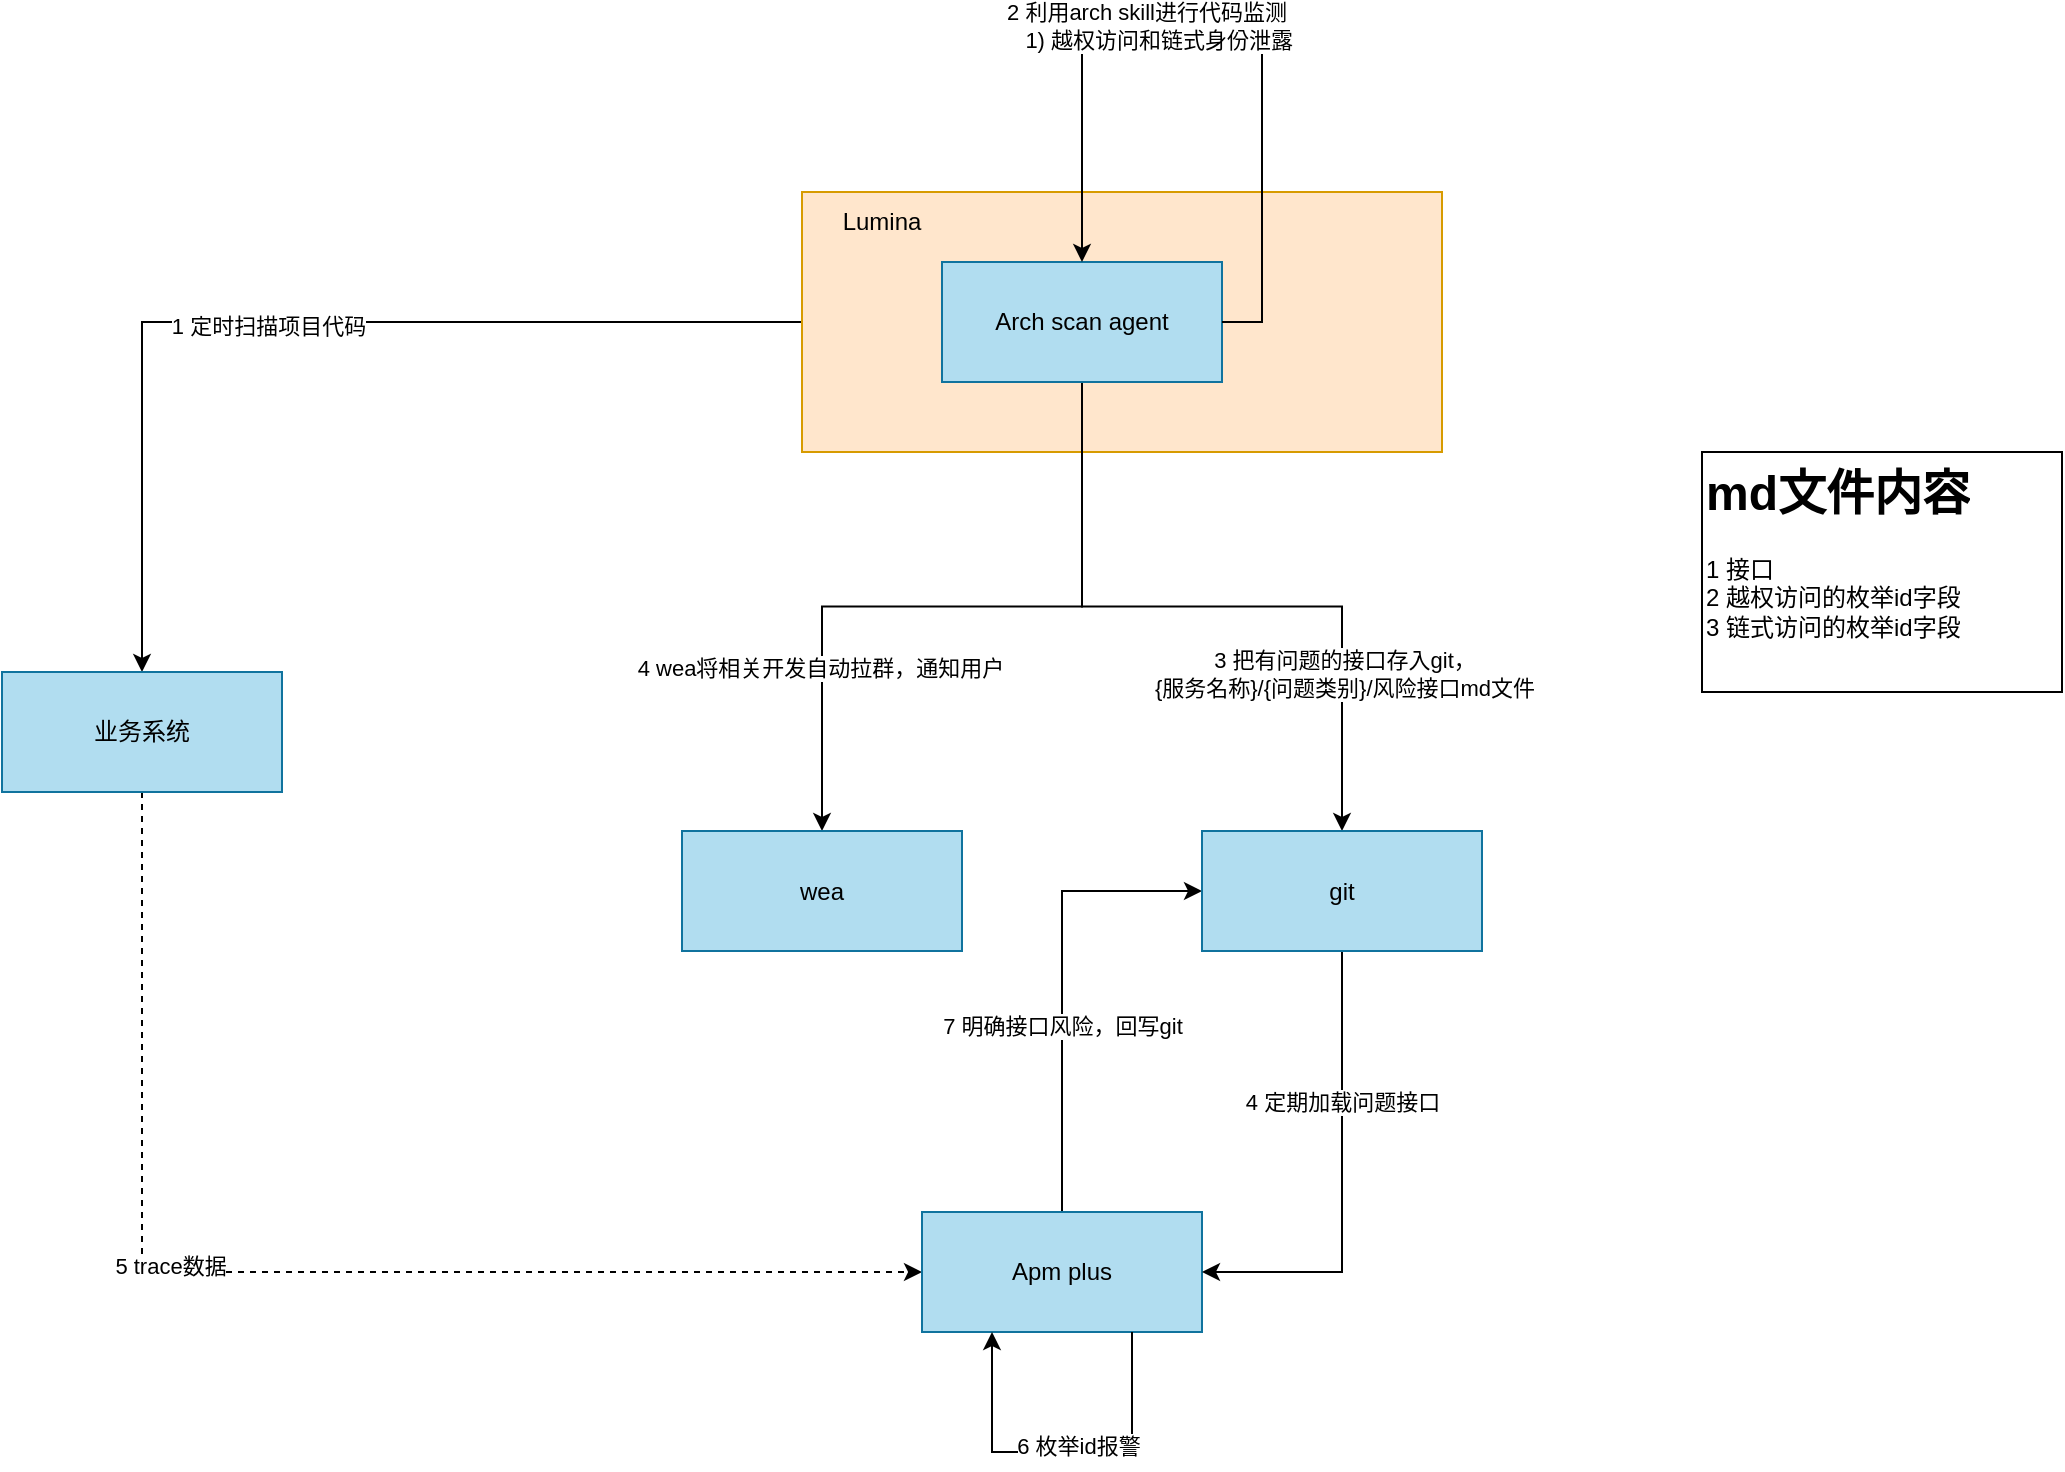
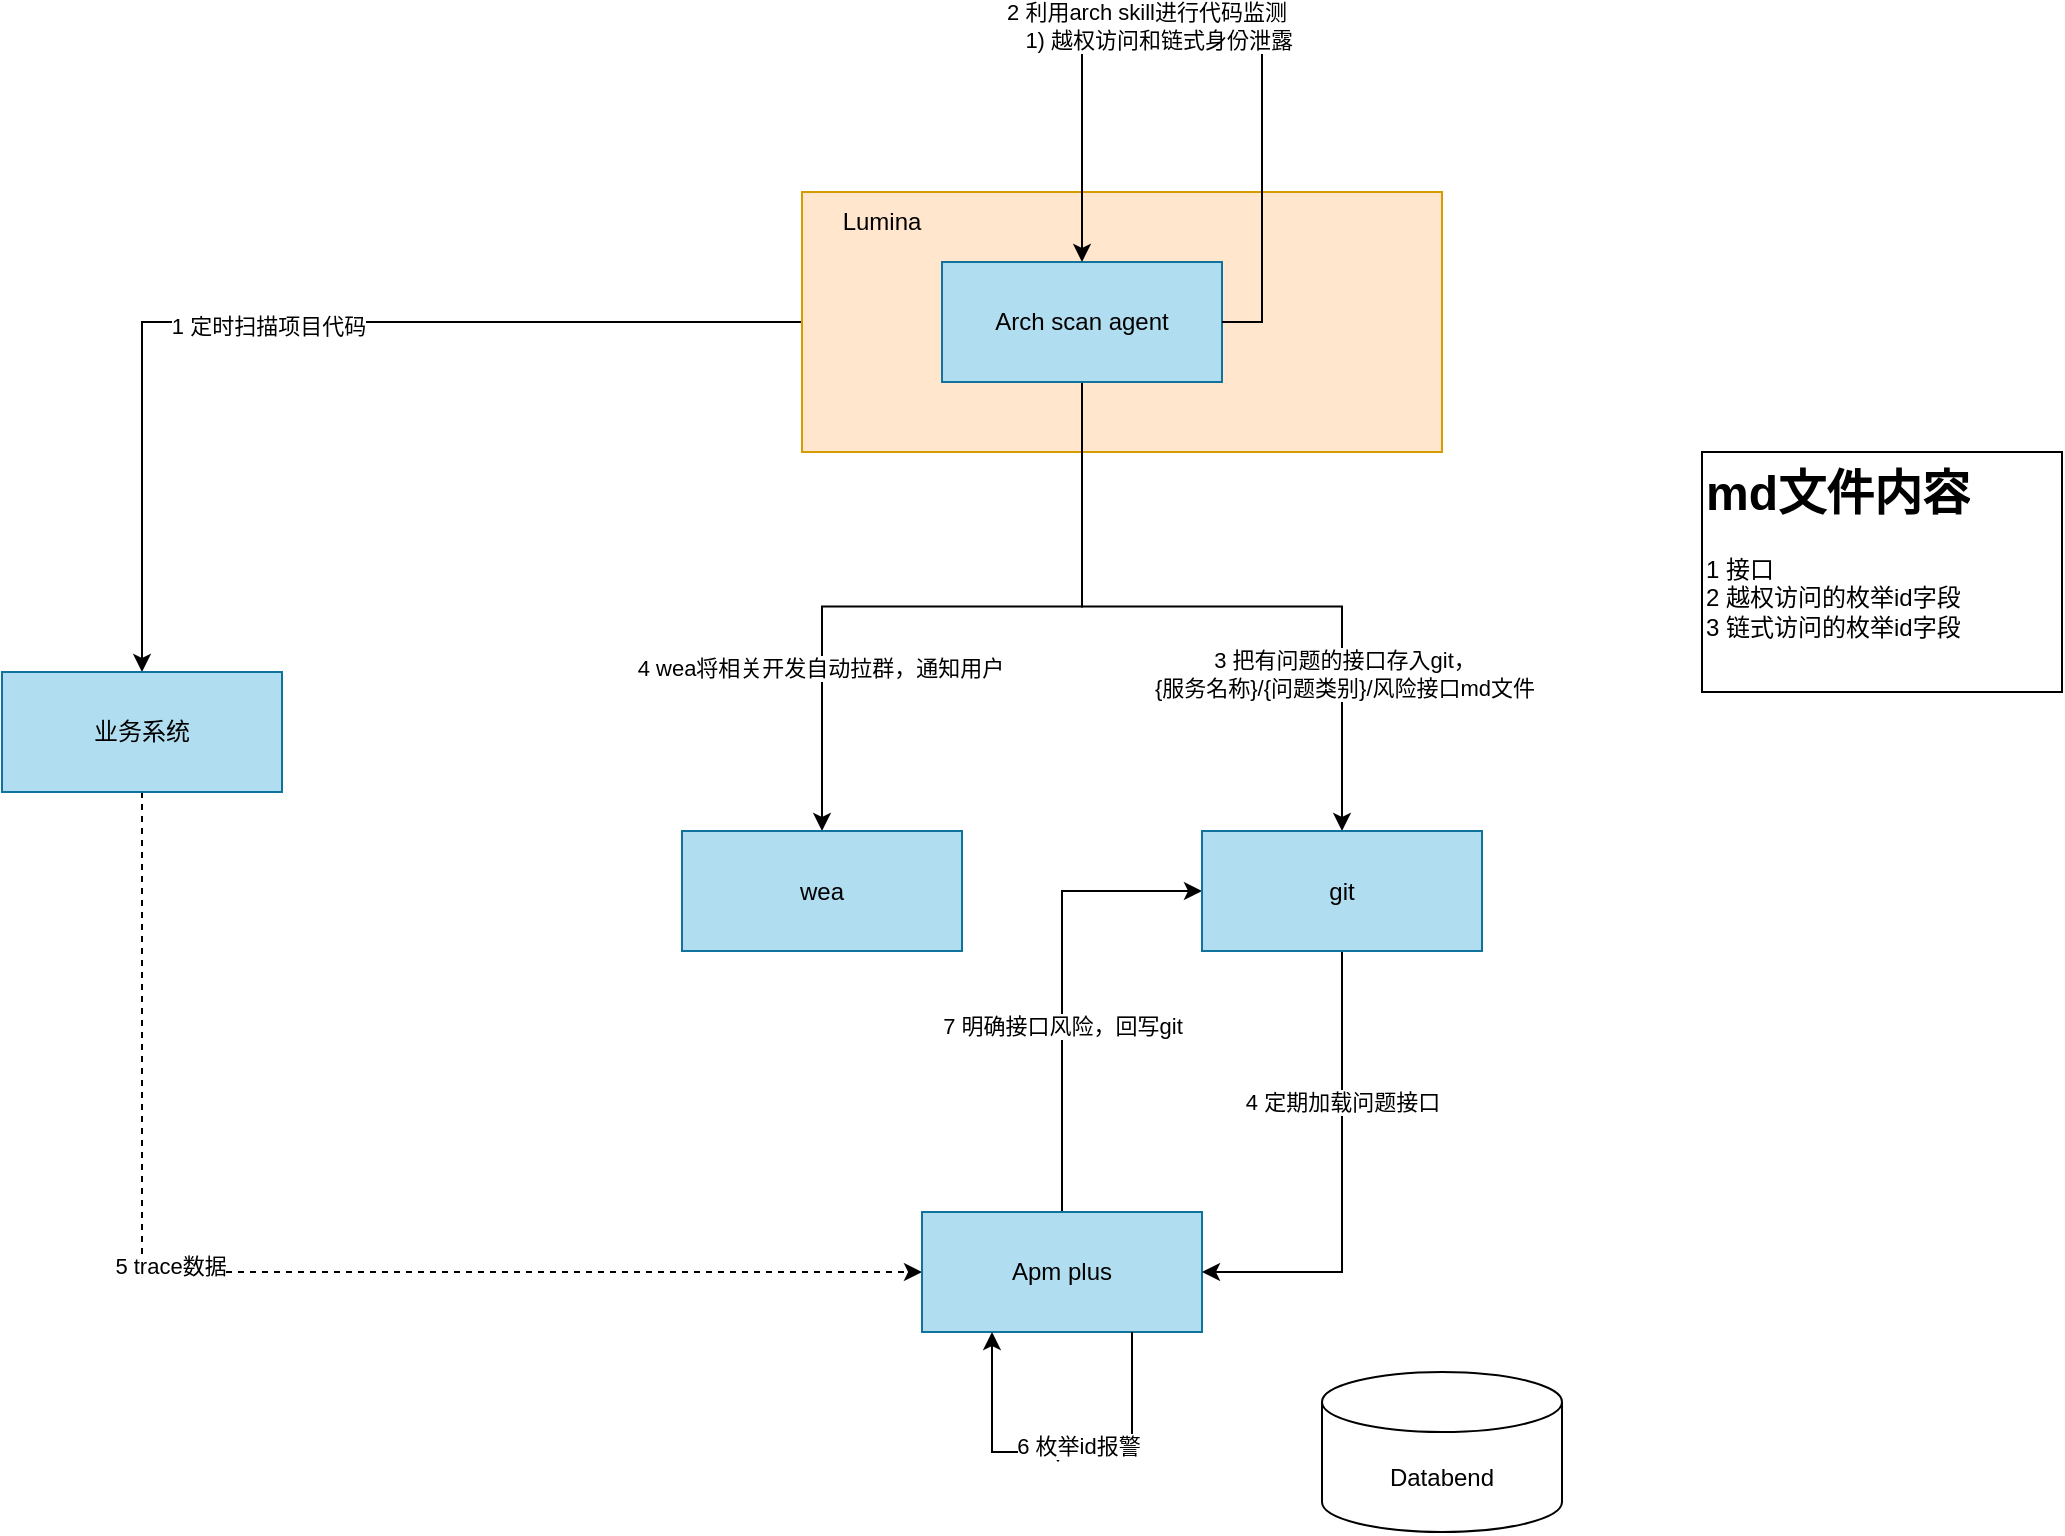
<mxfile host="app.diagrams.net">
  <diagram name="第 1 页" id="v4d0oD99BJNh_s1QToVL">
    <mxGraphModel dx="1222" dy="764" grid="1" gridSize="10" guides="1" tooltips="1" connect="1" arrows="1" fold="1" page="1" pageScale="1" pageWidth="3300" pageHeight="2339" math="0" shadow="0">
      <root>
        <mxCell id="0" />
        <mxCell id="1" parent="0" />
        <mxCell id="BZSGkBbcOcEUag34DBB_-2" edge="1" parent="1" source="SJECwPXb0EPlWWx2axZS-5" style="edgeStyle=orthogonalEdgeStyle;rounded=0;orthogonalLoop=1;jettySize=auto;html=1;exitX=0;exitY=0.5;exitDx=0;exitDy=0;" target="BZSGkBbcOcEUag34DBB_-1">
          <mxGeometry relative="1" as="geometry" />
        </mxCell>
        <mxCell id="BZSGkBbcOcEUag34DBB_-9" connectable="0" parent="BZSGkBbcOcEUag34DBB_-2" style="edgeLabel;html=1;align=center;verticalAlign=middle;resizable=0;points=[];" value="1 定时扫描项目代码" vertex="1">
          <mxGeometry relative="1" x="0.0582" y="2" as="geometry">
            <mxPoint as="offset" />
          </mxGeometry>
        </mxCell>
        <mxCell id="SJECwPXb0EPlWWx2axZS-5" parent="1" style="rounded=0;whiteSpace=wrap;html=1;fillColor=#ffe6cc;strokeColor=#d79b00;" value="" vertex="1">
          <mxGeometry height="130" width="320" x="530" y="160" as="geometry" />
        </mxCell>
        <mxCell id="BZSGkBbcOcEUag34DBB_-19" edge="1" parent="1" source="BZSGkBbcOcEUag34DBB_-1" style="edgeStyle=orthogonalEdgeStyle;rounded=0;orthogonalLoop=1;jettySize=auto;html=1;exitX=0.5;exitY=1;exitDx=0;exitDy=0;entryX=0;entryY=0.5;entryDx=0;entryDy=0;dashed=1;" target="BZSGkBbcOcEUag34DBB_-3">
          <mxGeometry relative="1" as="geometry" />
        </mxCell>
        <mxCell id="BZSGkBbcOcEUag34DBB_-20" connectable="0" parent="BZSGkBbcOcEUag34DBB_-19" style="edgeLabel;html=1;align=center;verticalAlign=middle;resizable=0;points=[];" value="5 trace数据" vertex="1">
          <mxGeometry relative="1" x="-0.1937" y="3" as="geometry">
            <mxPoint as="offset" />
          </mxGeometry>
        </mxCell>
        <mxCell id="BZSGkBbcOcEUag34DBB_-1" parent="1" style="rounded=0;whiteSpace=wrap;html=1;fillColor=#b1ddf0;strokeColor=#10739e;" value="业务系统" vertex="1">
          <mxGeometry height="60" width="140" x="130" y="400" as="geometry" />
        </mxCell>
        <mxCell id="BZSGkBbcOcEUag34DBB_-23" edge="1" parent="1" source="BZSGkBbcOcEUag34DBB_-3" style="edgeStyle=orthogonalEdgeStyle;rounded=0;orthogonalLoop=1;jettySize=auto;html=1;exitX=0.5;exitY=0;exitDx=0;exitDy=0;entryX=0;entryY=0.5;entryDx=0;entryDy=0;" target="BZSGkBbcOcEUag34DBB_-6">
          <mxGeometry relative="1" as="geometry" />
        </mxCell>
        <mxCell id="BZSGkBbcOcEUag34DBB_-24" connectable="0" parent="BZSGkBbcOcEUag34DBB_-23" style="edgeLabel;html=1;align=center;verticalAlign=middle;resizable=0;points=[];" value="7 明确接口风险，回写git" vertex="1">
          <mxGeometry relative="1" x="-0.1931" as="geometry">
            <mxPoint as="offset" />
          </mxGeometry>
        </mxCell>
        <mxCell id="BZSGkBbcOcEUag34DBB_-3" parent="1" style="rounded=0;whiteSpace=wrap;html=1;fillColor=#b1ddf0;strokeColor=#10739e;" value="Apm plus" vertex="1">
          <mxGeometry height="60" width="140" x="590" y="670" as="geometry" />
        </mxCell>
        <mxCell id="BZSGkBbcOcEUag34DBB_-7" edge="1" parent="1" source="SJECwPXb0EPlWWx2axZS-4" style="edgeStyle=orthogonalEdgeStyle;rounded=0;orthogonalLoop=1;jettySize=auto;html=1;exitX=0.5;exitY=1;exitDx=0;exitDy=0;" target="BZSGkBbcOcEUag34DBB_-6">
          <mxGeometry relative="1" as="geometry" />
        </mxCell>
        <mxCell id="BZSGkBbcOcEUag34DBB_-14" connectable="0" parent="BZSGkBbcOcEUag34DBB_-7" style="edgeLabel;html=1;align=center;verticalAlign=middle;resizable=0;points=[];" value="3 把有问题的接口存入git，&lt;div&gt;{服务名称}/&lt;span style=&quot;background-color: light-dark(#ffffff, var(--ge-dark-color, #121212)); color: light-dark(rgb(0, 0, 0), rgb(255, 255, 255));&quot;&gt;{问题类别}/风险接口md文件&lt;/span&gt;&lt;/div&gt;" vertex="1">
          <mxGeometry relative="1" x="0.0845" y="1" as="geometry">
            <mxPoint x="51" y="34" as="offset" />
          </mxGeometry>
        </mxCell>
        <mxCell id="BZSGkBbcOcEUag34DBB_-8" edge="1" parent="1" source="SJECwPXb0EPlWWx2axZS-4" style="edgeStyle=orthogonalEdgeStyle;rounded=0;orthogonalLoop=1;jettySize=auto;html=1;exitX=0.5;exitY=1;exitDx=0;exitDy=0;" target="BZSGkBbcOcEUag34DBB_-5">
          <mxGeometry relative="1" as="geometry" />
        </mxCell>
        <mxCell id="BZSGkBbcOcEUag34DBB_-15" connectable="0" parent="BZSGkBbcOcEUag34DBB_-8" style="edgeLabel;html=1;align=center;verticalAlign=middle;resizable=0;points=[];" value="4 wea将相关开发自动拉群，通知用户" vertex="1">
          <mxGeometry relative="1" x="0.538" y="-1" as="geometry">
            <mxPoint as="offset" />
          </mxGeometry>
        </mxCell>
        <mxCell id="SJECwPXb0EPlWWx2axZS-4" parent="1" style="rounded=0;whiteSpace=wrap;html=1;fillColor=#b1ddf0;strokeColor=#10739e;" value="Arch scan agent" vertex="1">
          <mxGeometry height="60" width="140" x="600" y="195" as="geometry" />
        </mxCell>
        <mxCell id="BZSGkBbcOcEUag34DBB_-4" parent="1" style="text;html=1;whiteSpace=wrap;strokeColor=none;fillColor=none;align=center;verticalAlign=middle;rounded=0;" value="Lumina" vertex="1">
          <mxGeometry height="30" width="60" x="540" y="160" as="geometry" />
        </mxCell>
        <mxCell id="BZSGkBbcOcEUag34DBB_-5" parent="1" style="rounded=0;whiteSpace=wrap;html=1;fillColor=#b1ddf0;strokeColor=#10739e;" value="wea" vertex="1">
          <mxGeometry height="60" width="140" x="470" y="479.5" as="geometry" />
        </mxCell>
        <mxCell id="BZSGkBbcOcEUag34DBB_-17" edge="1" parent="1" source="BZSGkBbcOcEUag34DBB_-6" style="edgeStyle=orthogonalEdgeStyle;rounded=0;orthogonalLoop=1;jettySize=auto;html=1;exitX=0.5;exitY=1;exitDx=0;exitDy=0;entryX=1;entryY=0.5;entryDx=0;entryDy=0;" target="BZSGkBbcOcEUag34DBB_-3">
          <mxGeometry relative="1" as="geometry" />
        </mxCell>
        <mxCell id="BZSGkBbcOcEUag34DBB_-18" connectable="0" parent="BZSGkBbcOcEUag34DBB_-17" style="edgeLabel;html=1;align=center;verticalAlign=middle;resizable=0;points=[];" value="4 定期加载问题接口" vertex="1">
          <mxGeometry relative="1" x="-0.3536" as="geometry">
            <mxPoint y="1" as="offset" />
          </mxGeometry>
        </mxCell>
        <mxCell id="BZSGkBbcOcEUag34DBB_-6" parent="1" style="rounded=0;whiteSpace=wrap;html=1;fillColor=#b1ddf0;strokeColor=#10739e;" value="git" vertex="1">
          <mxGeometry height="60" width="140" x="730" y="479.5" as="geometry" />
        </mxCell>
        <mxCell id="BZSGkBbcOcEUag34DBB_-12" edge="1" parent="1" source="SJECwPXb0EPlWWx2axZS-4" style="edgeStyle=orthogonalEdgeStyle;rounded=0;orthogonalLoop=1;jettySize=auto;html=1;exitX=1;exitY=0.5;exitDx=0;exitDy=0;entryX=0.5;entryY=0;entryDx=0;entryDy=0;" target="SJECwPXb0EPlWWx2axZS-4">
          <mxGeometry relative="1" as="geometry">
            <Array as="points">
              <mxPoint x="760" y="225" />
              <mxPoint x="760" y="80" />
              <mxPoint x="670" y="80" />
            </Array>
          </mxGeometry>
        </mxCell>
        <mxCell id="BZSGkBbcOcEUag34DBB_-13" connectable="0" parent="BZSGkBbcOcEUag34DBB_-12" style="edgeLabel;html=1;align=center;verticalAlign=middle;resizable=0;points=[];" value="2 利用arch skill进行代码监测&lt;div&gt;&amp;nbsp; &amp;nbsp; 1) 越权访问和链式身份泄露&lt;/div&gt;" vertex="1">
          <mxGeometry relative="1" x="0.2054" y="-3" as="geometry">
            <mxPoint as="offset" />
          </mxGeometry>
        </mxCell>
-         <mxCell id="BZSGkBbcOcEUag34DBB_-21" edge="1" parent="1" source="BZSGkBbcOcEUag34DBB_-3" style="edgeStyle=orthogonalEdgeStyle;rounded=0;orthogonalLoop=1;jettySize=auto;html=1;exitX=0.75;exitY=1;exitDx=0;exitDy=0;entryX=0.25;entryY=1;entryDx=0;entryDy=0;" target="BZSGkBbcOcEUag34DBB_-3">
+         <mxCell id="BZSGkBbcOcEUag34DBB_-21" edge="1" parent="1" source="BZSGkBbcOcEUag34DBB_-3" style="edgeStyle=orthogonalEdgeStyle;rounded=0;orthogonalLoop=1;jettySize=auto;html=1;exitX=0.75;exitY=1;exitDx=0;exitDy=0;entryX=0.25;entryY=1;entryDx=0;entryDy=0;" target="BZSGkBbcOcEUag34DBB_-3" value="、">
          <mxGeometry relative="1" as="geometry">
            <Array as="points">
              <mxPoint x="695" y="790" />
              <mxPoint x="625" y="790" />
            </Array>
          </mxGeometry>
        </mxCell>
        <mxCell id="BZSGkBbcOcEUag34DBB_-22" connectable="0" parent="BZSGkBbcOcEUag34DBB_-21" style="edgeLabel;html=1;align=center;verticalAlign=middle;resizable=0;points=[];" value="6 枚举id报警" vertex="1">
          <mxGeometry relative="1" x="-0.0842" y="-3" as="geometry">
            <mxPoint as="offset" />
          </mxGeometry>
        </mxCell>
        <mxCell id="BZSGkBbcOcEUag34DBB_-26" parent="1" style="text;html=1;whiteSpace=wrap;overflow=hidden;rounded=0;strokeColor=default;" value="&lt;h1 style=&quot;margin-top: 0px;&quot;&gt;md文件内容&lt;/h1&gt;&lt;p&gt;1 接口&lt;br&gt;2 越权访问的枚举id字段&lt;br&gt;3 链式访问的&lt;span style=&quot;background-color: transparent; color: light-dark(rgb(0, 0, 0), rgb(255, 255, 255));&quot;&gt;枚举id字段&lt;/span&gt;&lt;/p&gt;" vertex="1">
          <mxGeometry height="120" width="180" x="980" y="290" as="geometry" />
        </mxCell>
+         <mxCell id="BZSGkBbcOcEUag34DBB_-27" parent="1" style="shape=cylinder3;whiteSpace=wrap;html=1;boundedLbl=1;backgroundOutline=1;size=15;" value="Databend" vertex="1">
+           <mxGeometry height="80" width="120" x="790" y="750" as="geometry" />
+         </mxCell>
      </root>
    </mxGraphModel>
  </diagram>
</mxfile>
